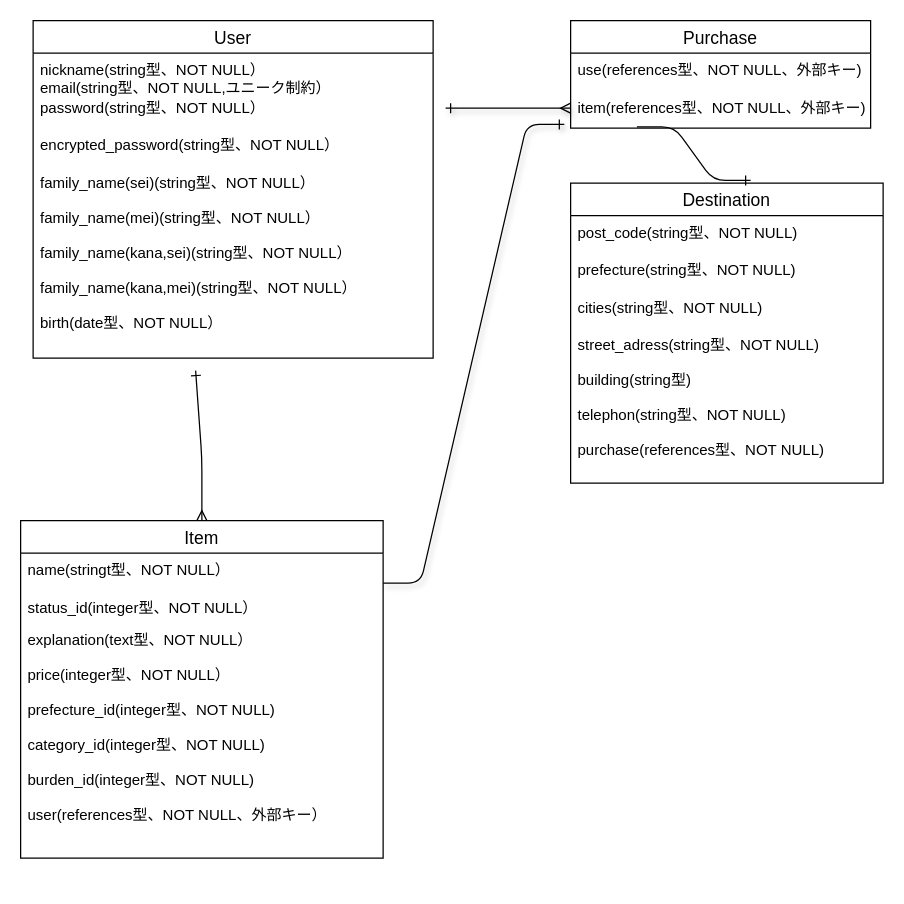
This is test.dio from tenntenn6/furima-39959, a draw.io file, before an edit. Source tidied: cells renumbered, new cells numbered last; positions are measured from the earlier drawing's top-left corner, leaving out a move shared by most shapes. Both pictures are drawn from the tidied source at 125%, with x=0, y=0 at pixel (20, 20).
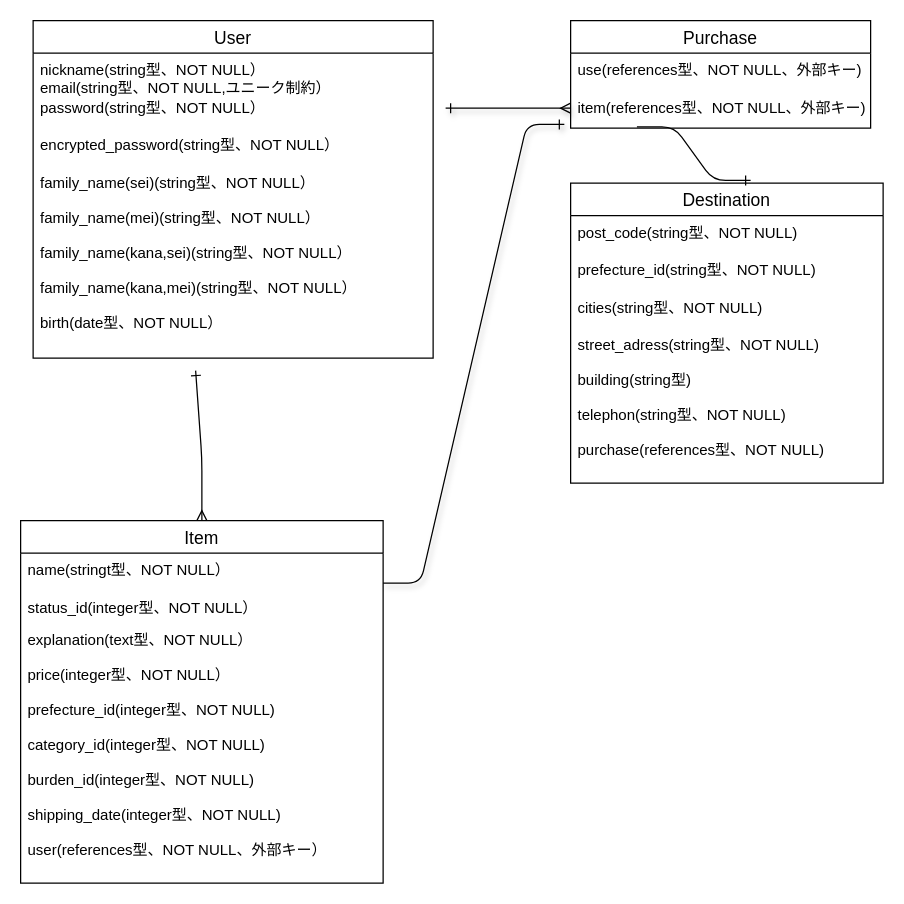
After the change.

Unchanged cells that the change refers to:
```xml
<mxCell id="12" value="Destination" style="swimlane;fontStyle=0;horizontal=1;startSize=26;align=center;fontSize=14;" parent="1" vertex="1">
  <mxGeometry x="440" y="130" width="250" height="240" as="geometry" />
</mxCell>
```

Change to the diagram source:
```diff
@@
     <mxCell id="8" value="Item" style="swimlane;fontStyle=0;horizontal=1;startSize=26;align=center;fontSize=14;" parent="1" vertex="1">
-      <mxGeometry y="400" width="290" height="270" as="geometry" />
+      <mxGeometry y="400" width="290" height="290" as="geometry" />
     </mxCell>
@@
-    <mxCell id="11" value="explanation(text型、NOT NULL）&#10;&#10;price(integer型、NOT NULL）&#10;&#10;prefecture_id(integer型、NOT NULL)&#10;&#10;category_id(integer型、NOT NULL)&#10;&#10;burden_id(integer型、NOT NULL)&#10;&#10;user(references型、NOT NULL、外部キー）&#10;&#10;&#10;&#10;" style="text;strokeColor=none;fillColor=none;spacingLeft=4;spacingRight=4;overflow=hidden;fontSize=12;" parent="8" vertex="1">
-      <mxGeometry y="82" width="290" height="188" as="geometry" />
+    <mxCell id="11" value="explanation(text型、NOT NULL）&#10;&#10;price(integer型、NOT NULL）&#10;&#10;prefecture_id(integer型、NOT NULL)&#10;&#10;category_id(integer型、NOT NULL)&#10;&#10;burden_id(integer型、NOT NULL)&#10;&#10;shipping_date(integer型、NOT NULL)&#10;&#10;user(references型、NOT NULL、外部キー）&#10;&#10;&#10;&#10;" style="text;strokeColor=none;fillColor=none;spacingLeft=4;spacingRight=4;overflow=hidden;fontSize=12;" parent="8" vertex="1">
+      <mxGeometry y="82" width="290" height="208" as="geometry" />
     </mxCell>
@@
-    <mxCell id="14" value="prefecture(string型、NOT NULL)" style="text;strokeColor=none;fillColor=none;spacingLeft=4;spacingRight=4;overflow=hidden;fontSize=12;" parent="12" vertex="1">
+    <mxCell id="14" value="prefecture_id(string型、NOT NULL)" style="text;strokeColor=none;fillColor=none;spacingLeft=4;spacingRight=4;overflow=hidden;fontSize=12;" parent="12" vertex="1">
       <mxGeometry y="56" width="250" height="30" as="geometry" />
     </mxCell>
```
